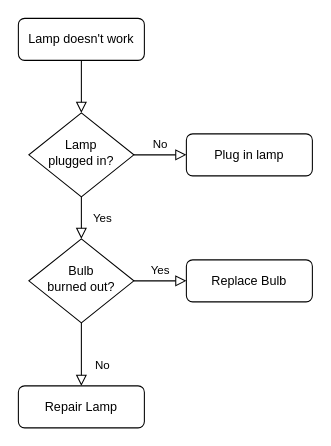
Above: Diagrama sin título.drawio in dasaluso/dasaluso (draw.io), before the change. Source tidied: cells renumbered, new cells numbered last; positions are measured from the earlier drawing's top-left corner, leaving out a move shared by most shapes. Both pictures are drawn from the tidied source at 105%, with x=0, y=0 at pixel (18, 18).
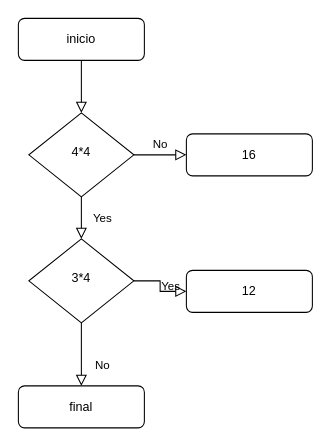
The same page after the edit.

What changed in the source:
```diff
@@
 <mxGraphModel>
   <root>
     <mxCell id="0" />
     <mxCell id="1" parent="0" />
     <mxCell id="2" style="rounded=0;html=1;jettySize=auto;fontSize=11;endArrow=block;endFill=0;endSize=8;strokeWidth=1;shadow=0;labelBackgroundColor=none;edgeStyle=orthogonalEdgeStyle;" parent="1" edge="1" source="3" target="6">
       <mxGeometry relative="1" as="geometry" />
     </mxCell>
-    <mxCell id="3" value="Lamp doesn't work" style="rounded=1;whiteSpace=wrap;html=1;fontSize=12;glass=0;strokeWidth=1;shadow=0;" parent="1" vertex="1">
+    <mxCell id="3" value="inicio" style="rounded=1;whiteSpace=wrap;html=1;fontSize=12;glass=0;strokeWidth=1;shadow=0;" parent="1" vertex="1">
       <mxGeometry width="120" height="40" as="geometry" />
     </mxCell>
     <mxCell id="4" value="Yes" style="rounded=0;html=1;jettySize=auto;fontSize=11;endArrow=block;endFill=0;endSize=8;strokeWidth=1;shadow=0;labelBackgroundColor=none;edgeStyle=orthogonalEdgeStyle;" parent="1" edge="1" source="6" target="10">
       <mxGeometry y="20" relative="1" as="geometry" />
     </mxCell>
     <mxCell id="5" value="No" style="edgeStyle=orthogonalEdgeStyle;rounded=0;html=1;jettySize=auto;fontSize=11;endArrow=block;endFill=0;endSize=8;strokeWidth=1;shadow=0;labelBackgroundColor=none;" parent="1" edge="1" source="6" target="7">
       <mxGeometry y="10" relative="1" as="geometry" />
     </mxCell>
-    <mxCell id="6" value="Lamp&lt;br&gt;plugged in?" style="rhombus;whiteSpace=wrap;html=1;shadow=0;fontFamily=Helvetica;fontSize=12;align=center;strokeWidth=1;spacing=6;spacingTop=-4;" parent="1" vertex="1">
+    <mxCell id="6" value="4*4" style="rhombus;whiteSpace=wrap;html=1;shadow=0;fontFamily=Helvetica;fontSize=12;align=center;strokeWidth=1;spacing=6;spacingTop=-4;" parent="1" vertex="1">
       <mxGeometry x="10" y="90" width="100" height="80" as="geometry" />
     </mxCell>
-    <mxCell id="7" value="Plug in lamp" style="rounded=1;whiteSpace=wrap;html=1;fontSize=12;glass=0;strokeWidth=1;shadow=0;" parent="1" vertex="1">
+    <mxCell id="7" value="16" style="rounded=1;whiteSpace=wrap;html=1;fontSize=12;glass=0;strokeWidth=1;shadow=0;" parent="1" vertex="1">
       <mxGeometry x="160" y="110" width="120" height="40" as="geometry" />
     </mxCell>
     <mxCell id="8" value="No" style="rounded=0;html=1;jettySize=auto;fontSize=11;endArrow=block;endFill=0;endSize=8;strokeWidth=1;shadow=0;labelBackgroundColor=none;edgeStyle=orthogonalEdgeStyle;" parent="1" edge="1" source="10" target="11">
       <mxGeometry x="0.33" y="20" relative="1" as="geometry" />
     </mxCell>
     <mxCell id="9" value="Yes" style="edgeStyle=orthogonalEdgeStyle;rounded=0;html=1;jettySize=auto;fontSize=11;endArrow=block;endFill=0;endSize=8;strokeWidth=1;shadow=0;labelBackgroundColor=none;" parent="1" edge="1" source="10" target="12">
       <mxGeometry y="10" relative="1" as="geometry" />
     </mxCell>
-    <mxCell id="10" value="Bulb&lt;br&gt;burned out?" style="rhombus;whiteSpace=wrap;html=1;shadow=0;fontFamily=Helvetica;fontSize=12;align=center;strokeWidth=1;spacing=6;spacingTop=-4;" parent="1" vertex="1">
+    <mxCell id="10" value="3*4" style="rhombus;whiteSpace=wrap;html=1;shadow=0;fontFamily=Helvetica;fontSize=12;align=center;strokeWidth=1;spacing=6;spacingTop=-4;" parent="1" vertex="1">
       <mxGeometry x="10" y="210" width="100" height="80" as="geometry" />
     </mxCell>
-    <mxCell id="11" value="Repair Lamp" style="rounded=1;whiteSpace=wrap;html=1;fontSize=12;glass=0;strokeWidth=1;shadow=0;" parent="1" vertex="1">
+    <mxCell id="11" value="final&lt;br&gt;" style="rounded=1;whiteSpace=wrap;html=1;fontSize=12;glass=0;strokeWidth=1;shadow=0;" parent="1" vertex="1">
       <mxGeometry y="350" width="120" height="40" as="geometry" />
     </mxCell>
-    <mxCell id="12" value="Replace Bulb" style="rounded=1;whiteSpace=wrap;html=1;fontSize=12;glass=0;strokeWidth=1;shadow=0;" parent="1" vertex="1">
-      <mxGeometry x="160" y="230" width="120" height="40" as="geometry" />
+    <mxCell id="12" value="12" style="rounded=1;whiteSpace=wrap;html=1;fontSize=12;glass=0;strokeWidth=1;shadow=0;" parent="1" vertex="1">
+      <mxGeometry x="160" y="240" width="120" height="40" as="geometry" />
     </mxCell>
   </root>
 </mxGraphModel>
```
